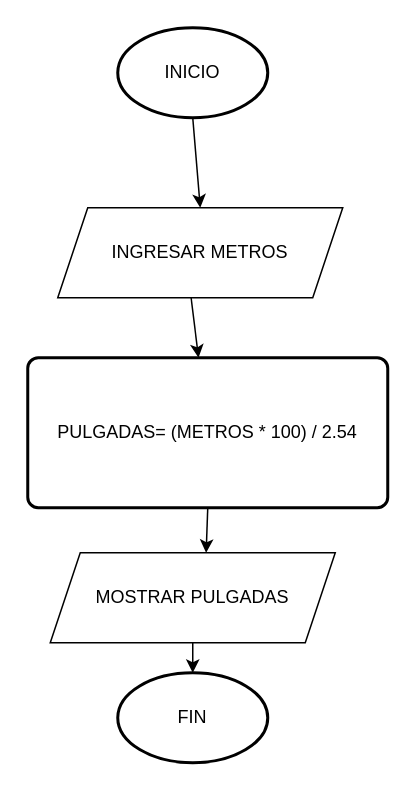
This is page "EJERCICIO 2" (2 of 2) of Diagrama sin título.drawio from Ronaldogarciaa07/Metodologia-programaci-n-, a draw.io file, before an edit. Source tidied: cells renumbered, new cells numbered last; positions are measured from the earlier drawing's top-left corner, leaving out a move shared by most shapes. Both pictures are drawn from the tidied source at 150%, with x=0, y=0 at pixel (27, 27).
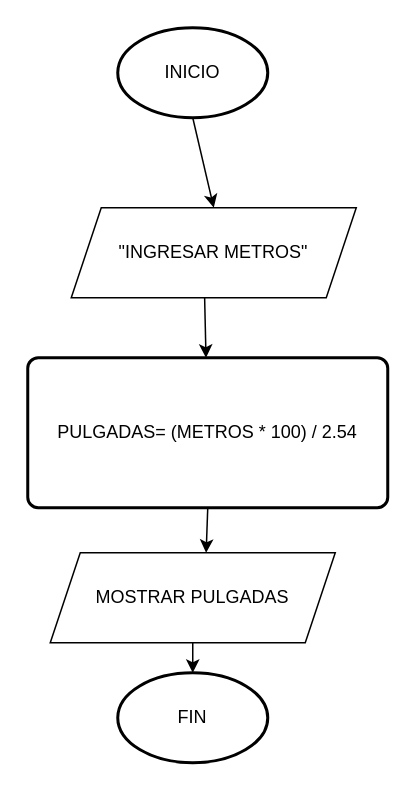
Above is the later version.

The edit, as a diff of the source:
```diff
@@
 <mxGraphModel>
   <root>
     <mxCell id="0" />
     <mxCell id="1" parent="0" />
     <mxCell id="2" value="INICIO" style="strokeWidth=2;html=1;shape=mxgraph.flowchart.start_1;whiteSpace=wrap;" parent="1" vertex="1">
       <mxGeometry x="60" width="100" height="60" as="geometry" />
     </mxCell>
     <mxCell id="3" value="FIN" style="strokeWidth=2;html=1;shape=mxgraph.flowchart.start_1;whiteSpace=wrap;" parent="1" vertex="1">
       <mxGeometry x="60" y="430" width="100" height="60" as="geometry" />
     </mxCell>
     <mxCell id="4" style="endArrow=classic;html=1;rounded=0;exitX=0.5;exitY=1;exitDx=0;exitDy=0;exitPerimeter=0;entryX=0.5;entryY=0;entryDx=0;entryDy=0;" parent="1" edge="1" source="2" target="5">
       <mxGeometry relative="1" as="geometry" />
     </mxCell>
-    <mxCell id="5" value="INGRESAR METROS" style="shape=parallelogram;perimeter=parallelogramPerimeter;whiteSpace=wrap;html=1;fixedSize=1;" parent="1" vertex="1">
-      <mxGeometry x="20" y="120" width="190" height="60" as="geometry" />
+    <mxCell id="5" value="&quot;INGRESAR METROS&quot;" style="shape=parallelogram;perimeter=parallelogramPerimeter;whiteSpace=wrap;html=1;fixedSize=1;" parent="1" vertex="1">
+      <mxGeometry x="29" y="120" width="190" height="60" as="geometry" />
     </mxCell>
     <mxCell id="6" value="PULGADAS= (METROS * 100) / 2.54" style="rounded=1;whiteSpace=wrap;html=1;absoluteArcSize=1;arcSize=14;strokeWidth=2;" parent="1" vertex="1">
       <mxGeometry y="220" width="240" height="100" as="geometry" />
     </mxCell>
     <mxCell id="7" style="endArrow=classic;html=1;rounded=0;exitX=0.468;exitY=1;exitDx=0;exitDy=0;exitPerimeter=0;" parent="1" edge="1" source="5" target="6">
       <mxGeometry relative="1" as="geometry" />
     </mxCell>
     <mxCell id="8" value="MOSTRAR PULGADAS" style="shape=parallelogram;perimeter=parallelogramPerimeter;whiteSpace=wrap;html=1;fixedSize=1;" parent="1" vertex="1">
       <mxGeometry x="15" y="350" width="190" height="60" as="geometry" />
     </mxCell>
     <mxCell id="9" style="endArrow=classic;html=1;rounded=0;exitX=0.5;exitY=1;exitDx=0;exitDy=0;entryX=0.547;entryY=0;entryDx=0;entryDy=0;entryPerimeter=0;" parent="1" edge="1" source="6" target="8">
       <mxGeometry relative="1" as="geometry" />
     </mxCell>
     <mxCell id="10" style="endArrow=classic;html=1;rounded=0;exitX=0.5;exitY=1;exitDx=0;exitDy=0;entryX=0.5;entryY=0;entryDx=0;entryDy=0;entryPerimeter=0;" parent="1" edge="1" source="8" target="3">
       <mxGeometry relative="1" as="geometry" />
     </mxCell>
   </root>
 </mxGraphModel>
```
